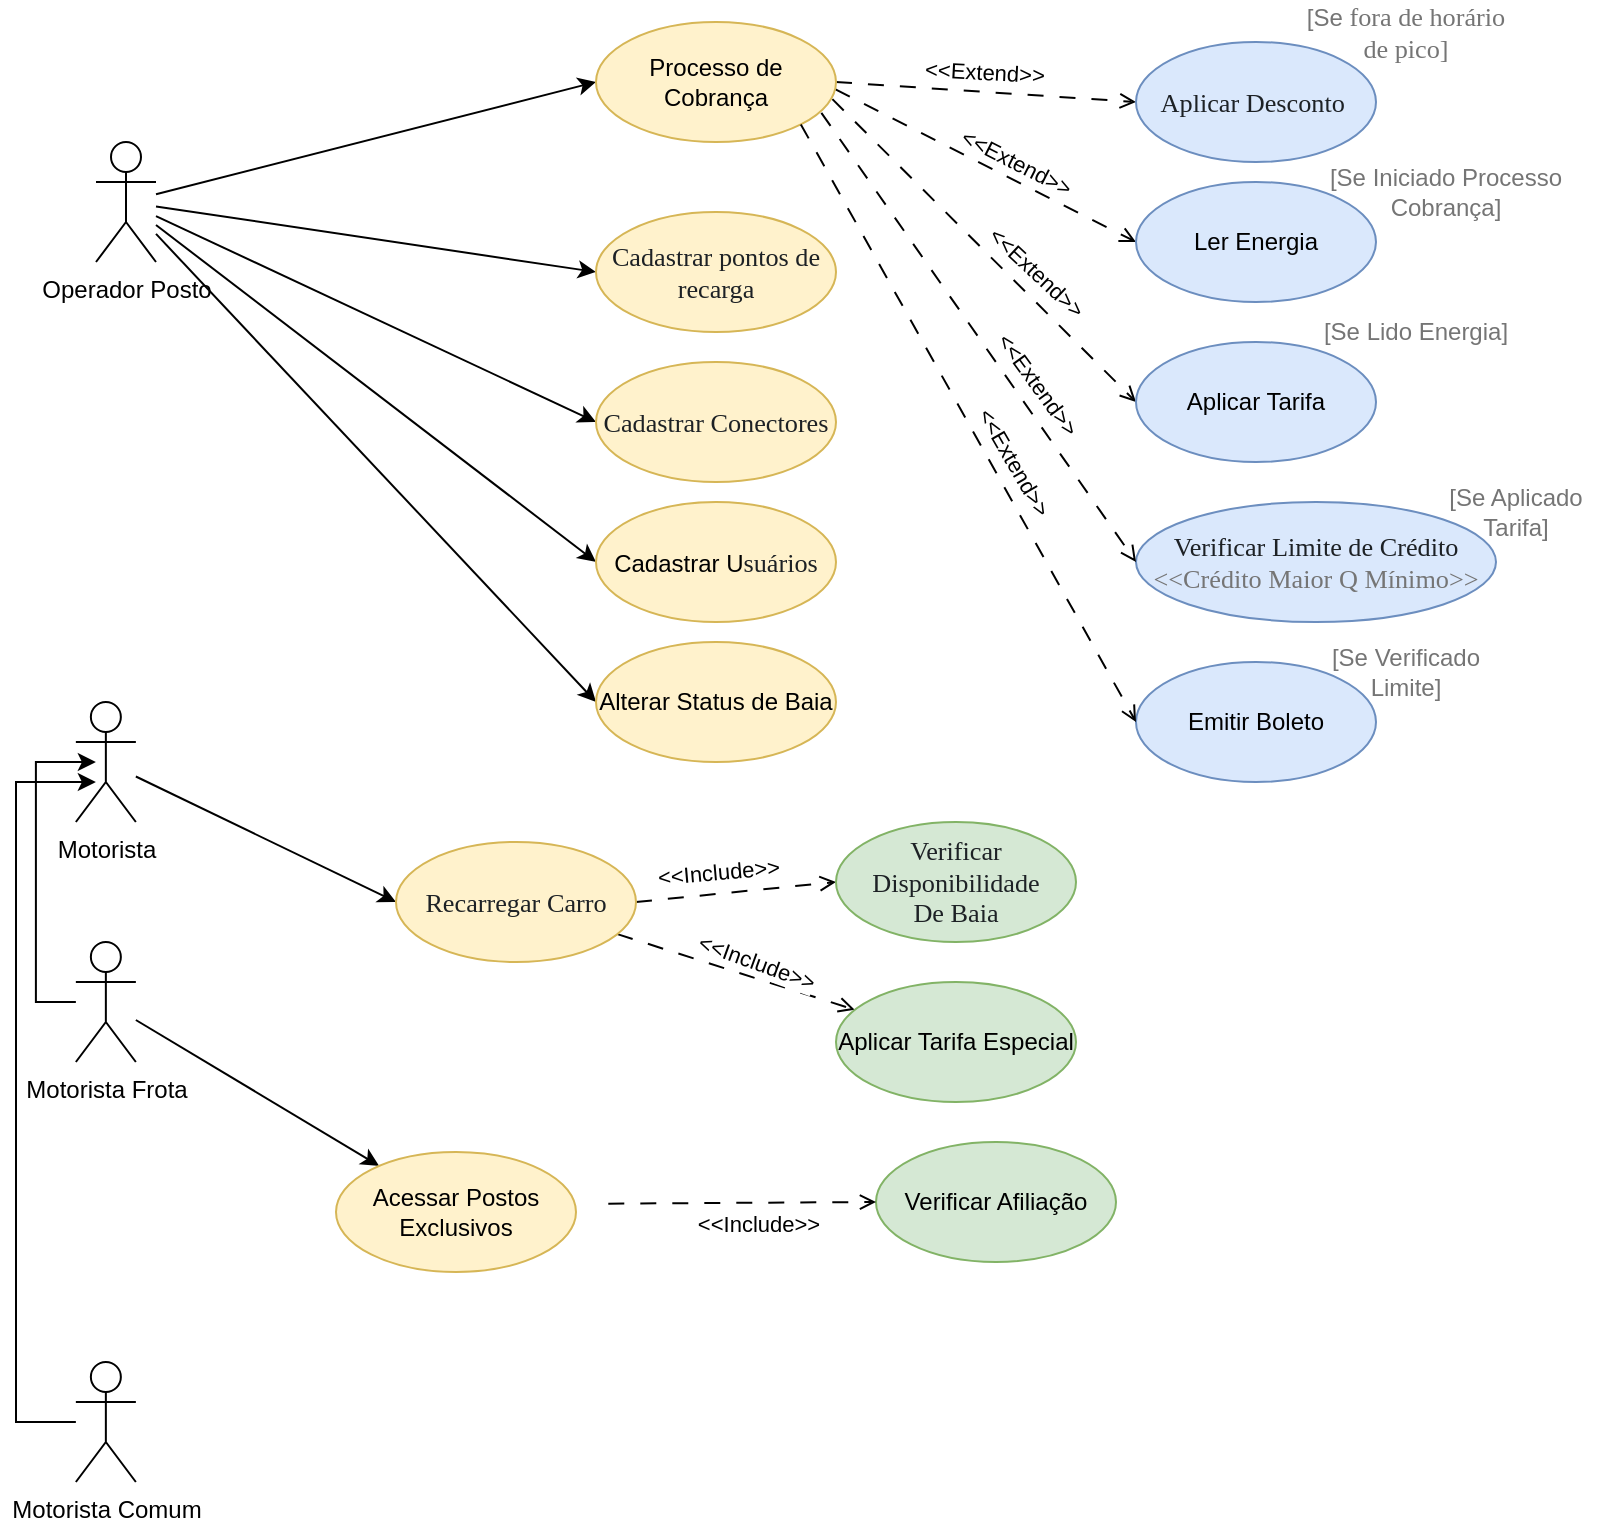
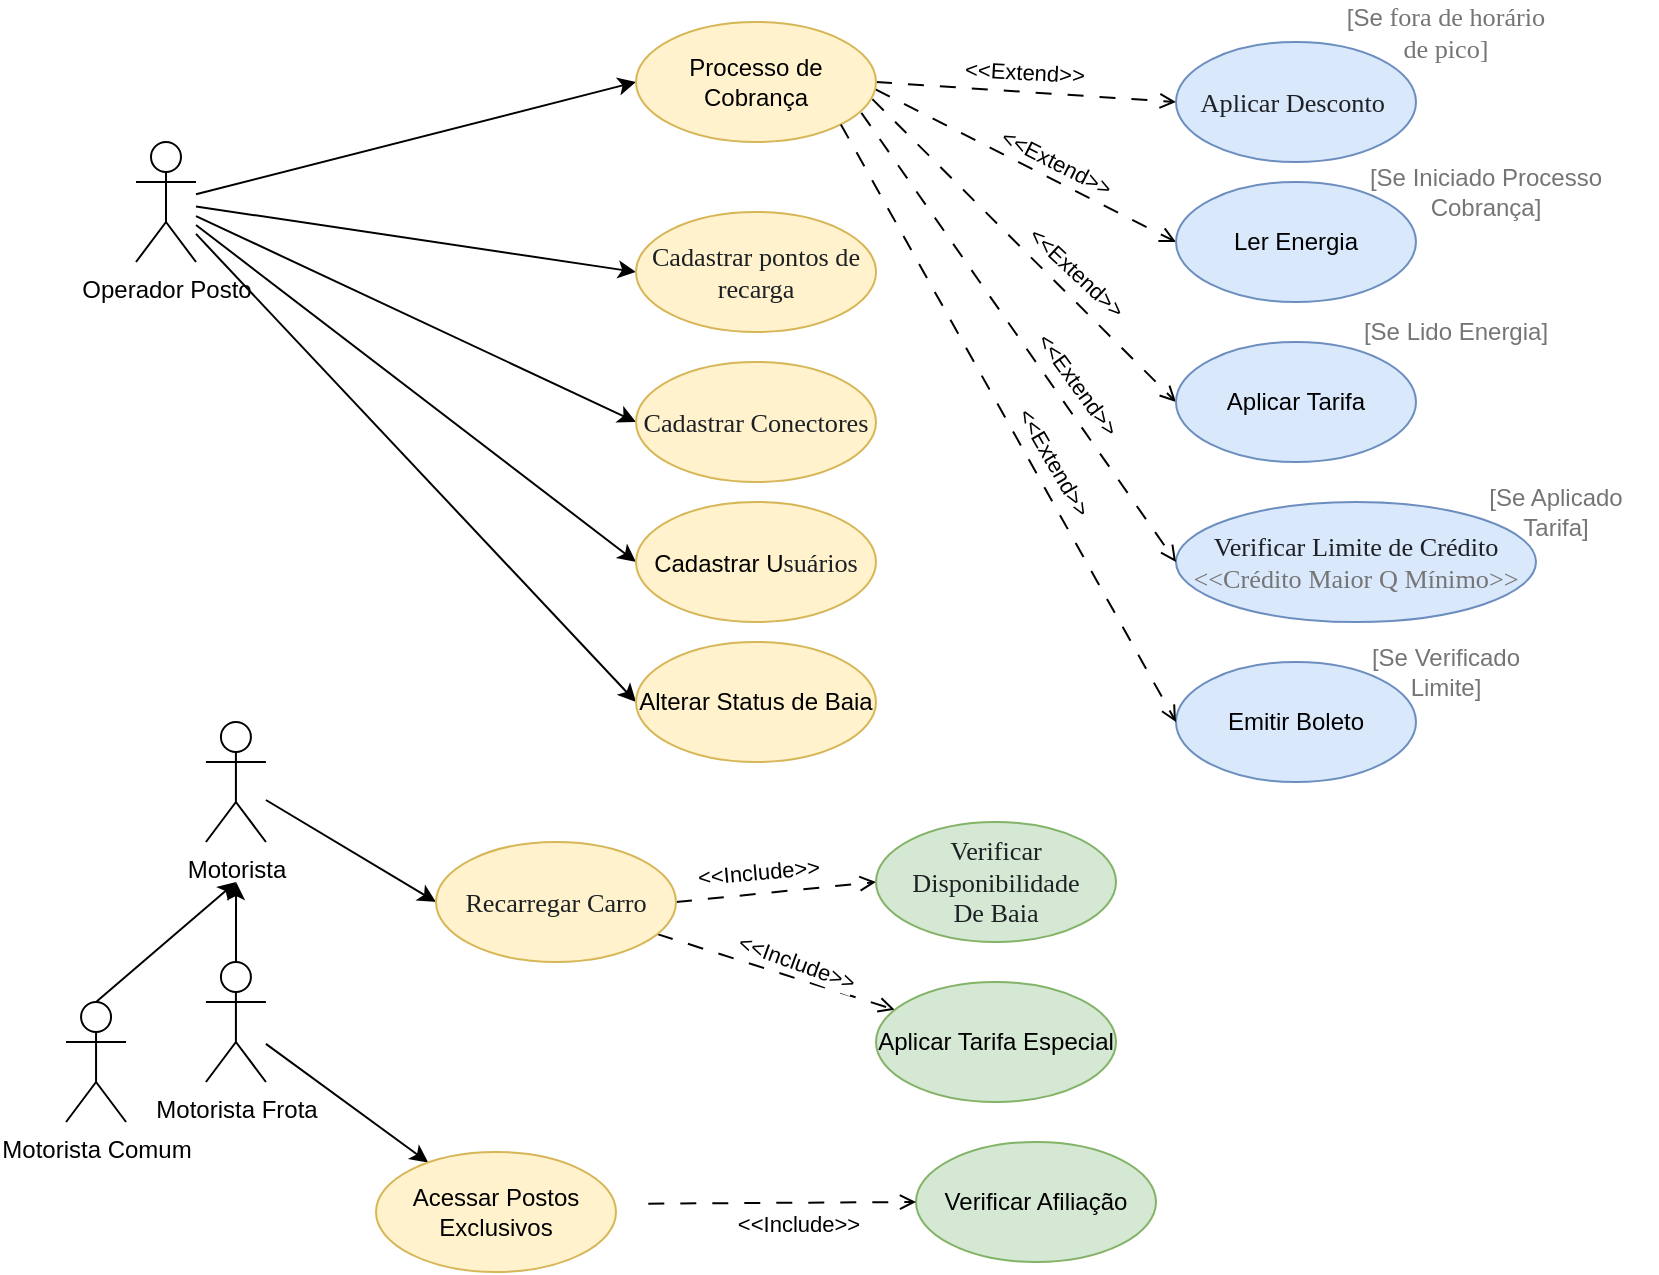
<mxfile host="app.diagrams.net">
  <diagram name="Página-1" id="T0D2YHSJdkaun9ANJddP">
-     <mxGraphModel dx="1168" dy="746" grid="1" gridSize="10" guides="1" tooltips="1" connect="1" arrows="1" fold="1" page="1" pageScale="1" pageWidth="827" pageHeight="1169" math="0" shadow="0">
+     <mxGraphModel dx="1334" dy="853" grid="1" gridSize="10" guides="1" tooltips="1" connect="1" arrows="1" fold="1" page="1" pageScale="1" pageWidth="827" pageHeight="1169" math="0" shadow="0">
      <root>
        <mxCell id="0" />
        <mxCell id="1" parent="0" />
        <mxCell id="8VPdCWuIZnsOnVvE9_rt-19" edge="1" parent="1" source="8VPdCWuIZnsOnVvE9_rt-1" style="rounded=0;orthogonalLoop=1;jettySize=auto;html=1;entryX=0;entryY=0.5;entryDx=0;entryDy=0;" target="8VPdCWuIZnsOnVvE9_rt-20">
          <mxGeometry relative="1" as="geometry">
            <mxPoint x="170" y="150" as="sourcePoint" />
            <mxPoint x="289.9999999999998" y="189.9999999999999" as="targetPoint" />
          </mxGeometry>
        </mxCell>
        <mxCell id="8VPdCWuIZnsOnVvE9_rt-48" edge="1" parent="1" source="8VPdCWuIZnsOnVvE9_rt-1" style="rounded=0;orthogonalLoop=1;jettySize=auto;html=1;entryX=0;entryY=0.5;entryDx=0;entryDy=0;" target="8VPdCWuIZnsOnVvE9_rt-49">
          <mxGeometry relative="1" as="geometry">
            <mxPoint x="300" y="160" as="targetPoint" />
          </mxGeometry>
        </mxCell>
        <mxCell id="8VPdCWuIZnsOnVvE9_rt-52" edge="1" parent="1" source="8VPdCWuIZnsOnVvE9_rt-1" style="rounded=0;orthogonalLoop=1;jettySize=auto;html=1;entryX=0;entryY=0.5;entryDx=0;entryDy=0;" target="8VPdCWuIZnsOnVvE9_rt-53" value="">
          <mxGeometry relative="1" as="geometry">
            <mxPoint x="320" y="200" as="targetPoint" />
          </mxGeometry>
        </mxCell>
        <mxCell id="8VPdCWuIZnsOnVvE9_rt-54" edge="1" parent="1" source="8VPdCWuIZnsOnVvE9_rt-1" style="rounded=0;orthogonalLoop=1;jettySize=auto;html=1;entryX=0;entryY=0.5;entryDx=0;entryDy=0;" target="8VPdCWuIZnsOnVvE9_rt-55">
          <mxGeometry relative="1" as="geometry">
            <mxPoint x="350" y="300" as="targetPoint" />
          </mxGeometry>
        </mxCell>
        <mxCell id="8VPdCWuIZnsOnVvE9_rt-65" edge="1" parent="1" source="8VPdCWuIZnsOnVvE9_rt-1" style="rounded=0;orthogonalLoop=1;jettySize=auto;html=1;entryX=0;entryY=0.5;entryDx=0;entryDy=0;" target="8VPdCWuIZnsOnVvE9_rt-66">
          <mxGeometry relative="1" as="geometry">
            <mxPoint x="320" y="350" as="targetPoint" />
          </mxGeometry>
        </mxCell>
        <mxCell id="8VPdCWuIZnsOnVvE9_rt-1" parent="1" style="shape=umlActor;verticalLabelPosition=bottom;verticalAlign=top;html=1;outlineConnect=0;" value="Operador Posto" vertex="1">
          <mxGeometry height="60" width="30" x="80" y="80" as="geometry" />
        </mxCell>
        <mxCell id="8VPdCWuIZnsOnVvE9_rt-46" edge="1" parent="1" source="8VPdCWuIZnsOnVvE9_rt-2" style="rounded=0;orthogonalLoop=1;jettySize=auto;html=1;entryX=0;entryY=0.5;entryDx=0;entryDy=0;" target="8VPdCWuIZnsOnVvE9_rt-14">
          <mxGeometry relative="1" as="geometry">
            <mxPoint x="279.9999999999977" y="490" as="targetPoint" />
          </mxGeometry>
        </mxCell>
        <mxCell id="8VPdCWuIZnsOnVvE9_rt-2" parent="1" style="shape=umlActor;verticalLabelPosition=bottom;verticalAlign=top;html=1;outlineConnect=0;" value="Motorista" vertex="1">
-           <mxGeometry height="60" width="30" x="69.93" y="360" as="geometry" />
-         </mxCell>
-         <mxCell id="8VPdCWuIZnsOnVvE9_rt-10" edge="1" parent="1" source="8VPdCWuIZnsOnVvE9_rt-3" style="edgeStyle=orthogonalEdgeStyle;rounded=0;orthogonalLoop=1;jettySize=auto;html=1;">
-           <mxGeometry relative="1" as="geometry">
-             <Array as="points">
-               <mxPoint x="49.93" y="510" />
-               <mxPoint x="49.93" y="390" />
-             </Array>
-             <mxPoint x="79.93" y="390" as="targetPoint" />
-           </mxGeometry>
+           <mxGeometry height="60" width="30" x="114.96000000000001" y="370" as="geometry" />
        </mxCell>
        <mxCell id="8VPdCWuIZnsOnVvE9_rt-56" edge="1" parent="1" source="8VPdCWuIZnsOnVvE9_rt-3" style="rounded=0;orthogonalLoop=1;jettySize=auto;html=1;" target="8VPdCWuIZnsOnVvE9_rt-57">
          <mxGeometry relative="1" as="geometry">
            <mxPoint x="280" y="570" as="targetPoint" />
          </mxGeometry>
        </mxCell>
+         <mxCell id="8VPdCWuIZnsOnVvE9_rt-76" edge="1" parent="1" source="8VPdCWuIZnsOnVvE9_rt-3" style="edgeStyle=orthogonalEdgeStyle;rounded=0;orthogonalLoop=1;jettySize=auto;html=1;">
+           <mxGeometry relative="1" as="geometry">
+             <mxPoint x="130.03" y="450" as="targetPoint" />
+           </mxGeometry>
+         </mxCell>
        <mxCell id="8VPdCWuIZnsOnVvE9_rt-3" parent="1" style="shape=umlActor;verticalLabelPosition=bottom;verticalAlign=top;html=1;outlineConnect=0;" value="Motorista Frota&lt;br&gt;&lt;div&gt;&lt;br&gt;&lt;/div&gt;" vertex="1">
-           <mxGeometry height="60" width="30" x="69.93" y="480" as="geometry" />
-         </mxCell>
-         <mxCell id="8VPdCWuIZnsOnVvE9_rt-11" edge="1" parent="1" source="8VPdCWuIZnsOnVvE9_rt-5" style="edgeStyle=orthogonalEdgeStyle;rounded=0;orthogonalLoop=1;jettySize=auto;html=1;">
-           <mxGeometry relative="1" as="geometry">
-             <Array as="points">
-               <mxPoint x="40" y="720" />
-               <mxPoint x="40" y="400" />
-             </Array>
-             <mxPoint x="69.93" y="630" as="sourcePoint" />
-             <mxPoint x="79.93" y="400" as="targetPoint" />
+           <mxGeometry height="60" width="30" x="114.96000000000001" y="490" as="geometry" />
+         </mxCell>
+         <mxCell id="8VPdCWuIZnsOnVvE9_rt-77" edge="1" parent="1" source="8VPdCWuIZnsOnVvE9_rt-5" style="rounded=0;orthogonalLoop=1;jettySize=auto;html=1;exitX=0.5;exitY=0;exitDx=0;exitDy=0;exitPerimeter=0;">
+           <mxGeometry relative="1" as="geometry">
+             <mxPoint x="130.03" y="450" as="targetPoint" />
          </mxGeometry>
        </mxCell>
        <mxCell id="8VPdCWuIZnsOnVvE9_rt-5" parent="1" style="shape=umlActor;verticalLabelPosition=bottom;verticalAlign=top;html=1;outlineConnect=0;" value="Motorista Comum" vertex="1">
-           <mxGeometry height="60" width="30" x="69.93" y="690" as="geometry" />
+           <mxGeometry height="60" width="30" x="45.03" y="510" as="geometry" />
        </mxCell>
        <mxCell id="8VPdCWuIZnsOnVvE9_rt-16" edge="1" parent="1" source="8VPdCWuIZnsOnVvE9_rt-14" style="rounded=0;orthogonalLoop=1;jettySize=auto;html=1;exitX=1;exitY=0.5;exitDx=0;exitDy=0;entryX=0;entryY=0.5;entryDx=0;entryDy=0;dashed=1;dashPattern=8 8;endArrow=open;endFill=0;" target="8VPdCWuIZnsOnVvE9_rt-15">
          <mxGeometry relative="1" as="geometry" />
        </mxCell>
        <mxCell id="8VPdCWuIZnsOnVvE9_rt-17" connectable="0" parent="8VPdCWuIZnsOnVvE9_rt-16" style="edgeLabel;html=1;align=center;verticalAlign=middle;resizable=0;points=[];labelBackgroundColor=default;rotation=-5;" value="&amp;lt;&amp;lt;Include&amp;gt;&amp;gt;" vertex="1">
          <mxGeometry relative="1" x="0.0074" y="2" as="geometry">
            <mxPoint x="-9" y="-8" as="offset" />
          </mxGeometry>
        </mxCell>
        <mxCell id="8VPdCWuIZnsOnVvE9_rt-73" edge="1" parent="1" source="8VPdCWuIZnsOnVvE9_rt-14" style="rounded=0;orthogonalLoop=1;jettySize=auto;html=1;endArrow=open;endFill=0;dashed=1;dashPattern=8 8;" target="8VPdCWuIZnsOnVvE9_rt-74">
          <mxGeometry relative="1" as="geometry">
            <mxPoint x="300" y="560" as="targetPoint" />
          </mxGeometry>
        </mxCell>
        <mxCell id="8VPdCWuIZnsOnVvE9_rt-75" connectable="0" parent="8VPdCWuIZnsOnVvE9_rt-73" style="edgeLabel;html=1;align=center;verticalAlign=middle;resizable=0;points=[];rotation=20;" value="&amp;lt;&amp;lt;Include&amp;gt;&amp;gt;" vertex="1">
          <mxGeometry relative="1" x="-0.1154" y="3" as="geometry">
            <mxPoint x="16" as="offset" />
          </mxGeometry>
        </mxCell>
        <mxCell id="8VPdCWuIZnsOnVvE9_rt-14" parent="1" style="ellipse;whiteSpace=wrap;html=1;fillColor=#fff2cc;strokeColor=#d6b656;" value="&lt;div style=&quot;text-align: left;&quot;&gt;&lt;font color=&quot;#1d2125&quot; face=&quot;Poppins&quot;&gt;&lt;span style=&quot;font-size: 13.125px;&quot;&gt;Recarregar Carro&lt;/span&gt;&lt;/font&gt;&lt;/div&gt;" vertex="1">
          <mxGeometry height="60" width="120" x="230" y="430" as="geometry" />
        </mxCell>
        <mxCell id="8VPdCWuIZnsOnVvE9_rt-15" parent="1" style="ellipse;whiteSpace=wrap;html=1;fillColor=#d5e8d4;strokeColor=#82b366;" value="&lt;span style=&quot;color: rgb(29, 33, 37); font-family: Poppins; font-size: 13.125px; text-align: left;&quot;&gt;Verificar D&lt;/span&gt;&lt;span style=&quot;color: rgb(29, 33, 37); font-family: Poppins; font-size: 13.125px; text-align: left; background-color: transparent;&quot;&gt;isponibilidade&lt;/span&gt;&lt;div&gt;&lt;span style=&quot;color: rgb(29, 33, 37); font-family: Poppins; font-size: 13.125px; text-align: left; background-color: transparent;&quot;&gt;De Baia&lt;/span&gt;&lt;/div&gt;" vertex="1">
          <mxGeometry height="60" width="120" x="450" y="420" as="geometry" />
        </mxCell>
        <mxCell id="8VPdCWuIZnsOnVvE9_rt-22" edge="1" parent="1" source="8VPdCWuIZnsOnVvE9_rt-20" style="rounded=0;orthogonalLoop=1;jettySize=auto;html=1;exitX=1;exitY=0.5;exitDx=0;exitDy=0;entryX=0;entryY=0.5;entryDx=0;entryDy=0;dashed=1;startArrow=none;startFill=0;endArrow=open;endFill=0;dashPattern=8 8;" target="8VPdCWuIZnsOnVvE9_rt-21">
          <mxGeometry relative="1" as="geometry" />
        </mxCell>
        <mxCell id="8VPdCWuIZnsOnVvE9_rt-23" connectable="0" parent="8VPdCWuIZnsOnVvE9_rt-22" style="edgeLabel;html=1;align=center;verticalAlign=middle;resizable=0;points=[];rotation=3;" value="&amp;lt;&amp;lt;Extend&amp;gt;&amp;gt;" vertex="1">
          <mxGeometry relative="1" x="-0.0253" y="-1" as="geometry">
            <mxPoint y="-11" as="offset" />
          </mxGeometry>
        </mxCell>
        <mxCell id="8VPdCWuIZnsOnVvE9_rt-25" edge="1" parent="1" source="8VPdCWuIZnsOnVvE9_rt-20" style="rounded=0;orthogonalLoop=1;jettySize=auto;html=1;exitX=0.998;exitY=0.561;exitDx=0;exitDy=0;endArrow=open;endFill=0;dashed=1;dashPattern=8 8;entryX=0;entryY=0.5;entryDx=0;entryDy=0;exitPerimeter=0;" target="8VPdCWuIZnsOnVvE9_rt-26">
          <mxGeometry relative="1" as="geometry">
            <mxPoint x="530" y="270" as="targetPoint" />
          </mxGeometry>
        </mxCell>
        <mxCell id="8VPdCWuIZnsOnVvE9_rt-27" connectable="0" parent="8VPdCWuIZnsOnVvE9_rt-25" style="edgeLabel;html=1;align=center;verticalAlign=middle;resizable=0;points=[];horizontal=1;convertToSvg=0;rotation=27;" value="&amp;lt;&amp;lt;Extend&amp;gt;&amp;gt;" vertex="1">
          <mxGeometry relative="1" x="-0.0303" y="1" as="geometry">
            <mxPoint x="17" as="offset" />
          </mxGeometry>
        </mxCell>
        <mxCell id="8VPdCWuIZnsOnVvE9_rt-32" edge="1" parent="1" source="8VPdCWuIZnsOnVvE9_rt-20" style="rounded=0;orthogonalLoop=1;jettySize=auto;html=1;entryX=0;entryY=0.5;entryDx=0;entryDy=0;endArrow=open;endFill=0;dashed=1;dashPattern=8 8;exitX=0.985;exitY=0.643;exitDx=0;exitDy=0;exitPerimeter=0;" target="8VPdCWuIZnsOnVvE9_rt-31">
          <mxGeometry relative="1" as="geometry">
            <mxPoint x="400" y="200" as="sourcePoint" />
          </mxGeometry>
        </mxCell>
        <mxCell id="8VPdCWuIZnsOnVvE9_rt-33" connectable="0" parent="8VPdCWuIZnsOnVvE9_rt-32" style="edgeLabel;html=1;align=center;verticalAlign=middle;resizable=0;points=[];rotation=43;" value="&amp;lt;&amp;lt;Extend&amp;gt;&amp;gt;" vertex="1">
          <mxGeometry relative="1" x="0.0182" y="4" as="geometry">
            <mxPoint x="22" y="12" as="offset" />
          </mxGeometry>
        </mxCell>
        <mxCell id="8VPdCWuIZnsOnVvE9_rt-20" parent="1" style="ellipse;whiteSpace=wrap;html=1;fillColor=#fff2cc;strokeColor=#d6b656;" value="Processo de Cobrança" vertex="1">
          <mxGeometry height="60" width="120" x="330" y="20" as="geometry" />
        </mxCell>
        <mxCell id="8VPdCWuIZnsOnVvE9_rt-21" parent="1" style="ellipse;whiteSpace=wrap;html=1;fillColor=#dae8fc;strokeColor=#6c8ebf;" value="&lt;span style=&quot;color: rgb(29, 33, 37); font-family: Poppins; font-size: 13.125px; text-align: left;&quot;&gt;Aplicar Desconto&amp;nbsp;&lt;/span&gt;" vertex="1">
          <mxGeometry height="60" width="120" x="600" y="30" as="geometry" />
        </mxCell>
        <mxCell id="8VPdCWuIZnsOnVvE9_rt-24" parent="1" style="text;html=1;whiteSpace=wrap;strokeColor=none;fillColor=none;align=center;verticalAlign=middle;rounded=0;fontColor=#757575;" value="&lt;span&gt;[Se&lt;span style=&quot;font-family: Poppins; font-size: 13.125px; text-align: left; background-color: rgb(255, 255, 255);&quot;&gt;&amp;nbsp;fora de&amp;nbsp;&lt;/span&gt;&lt;span style=&quot;font-family: Poppins; font-size: 13.125px; text-align: left; background-color: rgb(255, 255, 255);&quot;&gt;horário de&amp;nbsp;&lt;/span&gt;&lt;span style=&quot;font-family: Poppins; font-size: 13.125px; text-align: left; background-color: rgb(255, 255, 255);&quot;&gt;pico]&lt;/span&gt;&lt;/span&gt;" vertex="1">
          <mxGeometry height="30" width="110" x="680" y="10" as="geometry" />
        </mxCell>
        <mxCell id="8VPdCWuIZnsOnVvE9_rt-26" parent="1" style="ellipse;whiteSpace=wrap;html=1;fillColor=#dae8fc;strokeColor=#6c8ebf;" value="Ler Energia" vertex="1">
          <mxGeometry height="60" width="120" x="600" y="100" as="geometry" />
        </mxCell>
        <mxCell id="8VPdCWuIZnsOnVvE9_rt-28" parent="1" style="text;html=1;whiteSpace=wrap;strokeColor=none;fillColor=none;align=center;verticalAlign=middle;rounded=0;fontColor=#757575;" value="[Se Iniciado Processo Cobrança]" vertex="1">
          <mxGeometry height="30" width="130" x="690" y="90" as="geometry" />
        </mxCell>
        <mxCell id="8VPdCWuIZnsOnVvE9_rt-31" parent="1" style="ellipse;whiteSpace=wrap;html=1;fillColor=#dae8fc;strokeColor=#6c8ebf;" value="Aplicar Tarifa" vertex="1">
          <mxGeometry height="60" width="120" x="600" y="180" as="geometry" />
        </mxCell>
        <mxCell id="8VPdCWuIZnsOnVvE9_rt-34" parent="1" style="text;html=1;whiteSpace=wrap;strokeColor=none;fillColor=none;align=center;verticalAlign=middle;rounded=0;" value="&lt;font style=&quot;color: rgb(117, 117, 117);&quot;&gt;[Se Lido Energia]&lt;/font&gt;" vertex="1">
          <mxGeometry height="30" width="100" x="690" y="160" as="geometry" />
        </mxCell>
        <mxCell id="8VPdCWuIZnsOnVvE9_rt-35" parent="1" style="ellipse;whiteSpace=wrap;html=1;fillColor=#dae8fc;strokeColor=#6c8ebf;" value="&lt;span style=&quot;color: rgb(29, 33, 37); font-family: Poppins; font-size: 13.125px; text-align: left;&quot;&gt;Verificar Limite de Crédito&lt;/span&gt;&lt;div&gt;&lt;span style=&quot;font-family: Poppins; font-size: 13.125px; text-align: left;&quot;&gt;&lt;font style=&quot;color: rgb(117, 117, 117);&quot;&gt;&amp;lt;&amp;lt;Crédito Maior Q Mínimo&amp;gt;&amp;gt;&lt;/font&gt;&lt;/span&gt;&lt;/div&gt;" vertex="1">
          <mxGeometry height="60" width="180" x="600" y="260" as="geometry" />
        </mxCell>
        <mxCell id="8VPdCWuIZnsOnVvE9_rt-36" parent="1" style="text;html=1;whiteSpace=wrap;strokeColor=none;fillColor=none;align=center;verticalAlign=middle;rounded=0;" value="&lt;font style=&quot;color: rgb(117, 117, 117);&quot;&gt;[Se Aplicado Tarifa]&lt;/font&gt;" vertex="1">
          <mxGeometry height="30" width="100" x="740" y="250" as="geometry" />
        </mxCell>
        <mxCell id="8VPdCWuIZnsOnVvE9_rt-37" parent="1" style="ellipse;whiteSpace=wrap;html=1;fillColor=#dae8fc;strokeColor=#6c8ebf;" value="Emitir Boleto" vertex="1">
          <mxGeometry height="60" width="120" x="600" y="340" as="geometry" />
        </mxCell>
        <mxCell id="8VPdCWuIZnsOnVvE9_rt-38" parent="1" style="text;html=1;whiteSpace=wrap;strokeColor=none;fillColor=none;align=center;verticalAlign=middle;rounded=0;" value="&lt;font style=&quot;color: rgb(117, 117, 117);&quot;&gt;[Se Verificado Limite]&lt;/font&gt;" vertex="1">
          <mxGeometry height="30" width="110" x="680" y="330" as="geometry" />
        </mxCell>
        <mxCell id="8VPdCWuIZnsOnVvE9_rt-40" edge="1" parent="1" source="8VPdCWuIZnsOnVvE9_rt-20" style="rounded=0;orthogonalLoop=1;jettySize=auto;html=1;exitX=0.939;exitY=0.757;exitDx=0;exitDy=0;entryX=0;entryY=0.5;entryDx=0;entryDy=0;endArrow=open;endFill=0;dashed=1;dashPattern=8 8;exitPerimeter=0;" target="8VPdCWuIZnsOnVvE9_rt-35">
          <mxGeometry relative="1" as="geometry">
            <mxPoint x="370" y="275" as="sourcePoint" />
            <mxPoint x="500" y="425" as="targetPoint" />
          </mxGeometry>
        </mxCell>
        <mxCell id="8VPdCWuIZnsOnVvE9_rt-41" connectable="0" parent="8VPdCWuIZnsOnVvE9_rt-40" style="edgeLabel;html=1;align=center;verticalAlign=middle;resizable=0;points=[];rotation=54;" value="&amp;lt;&amp;lt;Extend&amp;gt;&amp;gt;" vertex="1">
          <mxGeometry relative="1" x="0.0182" y="4" as="geometry">
            <mxPoint x="25" y="23" as="offset" />
          </mxGeometry>
        </mxCell>
        <mxCell id="8VPdCWuIZnsOnVvE9_rt-42" edge="1" parent="1" source="8VPdCWuIZnsOnVvE9_rt-20" style="rounded=0;orthogonalLoop=1;jettySize=auto;html=1;exitX=1;exitY=1;exitDx=0;exitDy=0;entryX=0;entryY=0.5;entryDx=0;entryDy=0;endArrow=open;endFill=0;dashed=1;dashPattern=8 8;" target="8VPdCWuIZnsOnVvE9_rt-37">
          <mxGeometry relative="1" as="geometry">
            <mxPoint x="349" y="340" as="sourcePoint" />
            <mxPoint x="479" y="490" as="targetPoint" />
          </mxGeometry>
        </mxCell>
        <mxCell id="8VPdCWuIZnsOnVvE9_rt-43" connectable="0" parent="8VPdCWuIZnsOnVvE9_rt-42" style="edgeLabel;html=1;align=center;verticalAlign=middle;resizable=0;points=[];rotation=60;" value="&amp;lt;&amp;lt;Extend&amp;gt;&amp;gt;" vertex="1">
          <mxGeometry relative="1" x="0.0182" y="4" as="geometry">
            <mxPoint x="18" y="18" as="offset" />
          </mxGeometry>
        </mxCell>
        <mxCell id="8VPdCWuIZnsOnVvE9_rt-49" parent="1" style="ellipse;whiteSpace=wrap;html=1;fillColor=#fff2cc;strokeColor=#d6b656;" value="&lt;span style=&quot;color: rgb(29, 33, 37); font-family: Poppins; font-size: 13.125px; text-align: left;&quot;&gt;Cadastrar pontos de recarga&lt;/span&gt;" vertex="1">
          <mxGeometry height="60" width="120" x="330" y="115" as="geometry" />
        </mxCell>
        <mxCell id="8VPdCWuIZnsOnVvE9_rt-53" parent="1" style="ellipse;whiteSpace=wrap;html=1;fillColor=#fff2cc;strokeColor=#d6b656;" value="&lt;span style=&quot;color: rgb(29, 33, 37); font-family: Poppins; font-size: 13.125px; text-align: left;&quot;&gt;Cadastrar Conectores&lt;/span&gt;" vertex="1">
          <mxGeometry height="60" width="120" x="330" y="190" as="geometry" />
        </mxCell>
        <mxCell id="8VPdCWuIZnsOnVvE9_rt-55" parent="1" style="ellipse;whiteSpace=wrap;html=1;fillColor=#fff2cc;strokeColor=#d6b656;" value="&lt;span&gt;Cadastrar U&lt;span style=&quot;color: rgb(29, 33, 37); font-family: Poppins; font-size: 13.125px; text-align: left;&quot;&gt;suários&lt;/span&gt;&lt;/span&gt;" vertex="1">
          <mxGeometry height="60" width="120" x="330" y="260" as="geometry" />
        </mxCell>
        <mxCell id="8VPdCWuIZnsOnVvE9_rt-57" parent="1" style="ellipse;whiteSpace=wrap;html=1;fillColor=#fff2cc;strokeColor=#d6b656;" value="Acessar Postos Exclusivos" vertex="1">
          <mxGeometry height="60" width="120" x="200" y="585" as="geometry" />
        </mxCell>
        <mxCell id="8VPdCWuIZnsOnVvE9_rt-60" parent="1" style="ellipse;whiteSpace=wrap;html=1;fillColor=#d5e8d4;strokeColor=#82b366;" value="Verificar Afiliação" vertex="1">
          <mxGeometry height="60" width="120" x="470" y="580" as="geometry" />
        </mxCell>
        <mxCell id="8VPdCWuIZnsOnVvE9_rt-63" edge="1" parent="1" style="rounded=0;orthogonalLoop=1;jettySize=auto;html=1;entryX=0;entryY=0.5;entryDx=0;entryDy=0;endArrow=open;endFill=0;dashed=1;dashPattern=8 8;" target="8VPdCWuIZnsOnVvE9_rt-60">
          <mxGeometry relative="1" as="geometry">
            <mxPoint x="336.1480505139036" y="610.8273799797307" as="sourcePoint" />
          </mxGeometry>
        </mxCell>
        <mxCell id="8VPdCWuIZnsOnVvE9_rt-64" connectable="0" parent="8VPdCWuIZnsOnVvE9_rt-63" style="edgeLabel;html=1;align=center;verticalAlign=middle;resizable=0;points=[];rotation=0;" value="&amp;lt;&amp;lt;Include&amp;gt;&amp;gt;" vertex="1">
          <mxGeometry relative="1" x="0.1229" y="1" as="geometry">
            <mxPoint y="11" as="offset" />
          </mxGeometry>
        </mxCell>
        <mxCell id="8VPdCWuIZnsOnVvE9_rt-66" parent="1" style="ellipse;whiteSpace=wrap;html=1;fillColor=#fff2cc;strokeColor=#d6b656;" value="Alterar Status de Baia" vertex="1">
          <mxGeometry height="60" width="120" x="330" y="330" as="geometry" />
        </mxCell>
        <mxCell id="8VPdCWuIZnsOnVvE9_rt-74" parent="1" style="ellipse;whiteSpace=wrap;html=1;fillColor=#d5e8d4;strokeColor=#82b366;" value="Aplicar Tarifa Especial" vertex="1">
          <mxGeometry height="60" width="120" x="450" y="500" as="geometry" />
        </mxCell>
      </root>
    </mxGraphModel>
  </diagram>
</mxfile>
